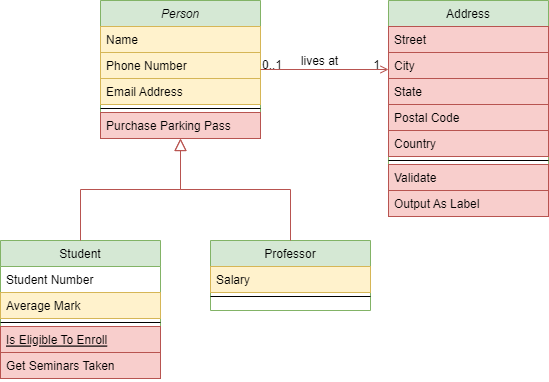
Ka3wo123/Shoutbox keeps this draw.io diagram as Test2.png. Above is the earlier version. Source tidied: cells renumbered, new cells last; positions are measured from the earlier drawing's top-left corner, leaving out a move shared by most shapes.
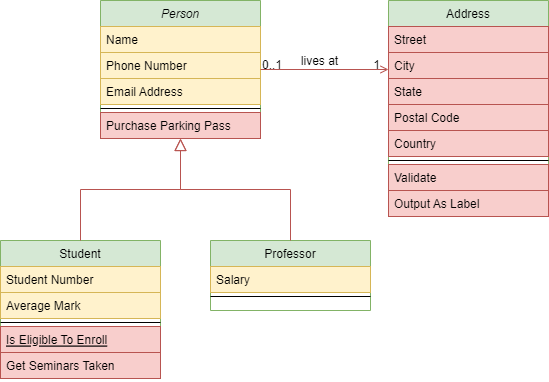
The same diagram one commit later.

What changed in the source:
```diff
@@ -23,7 +23,7 @@
     <mxCell id="8" value="Student" style="swimlane;fontStyle=0;align=center;verticalAlign=top;horizontal=1;startSize=26;rounded=0;shadow=0;strokeWidth=1;fillColor=#d5e8d4;strokeColor=#82b366;" parent="1" vertex="1">
       <mxGeometry y="240" width="160" height="138" as="geometry" />
     </mxCell>
-    <mxCell id="9" value="Student Number" style="text;align=left;verticalAlign=top;spacingLeft=4;spacingRight=4;overflow=hidden;" parent="8" vertex="1">
+    <mxCell id="9" value="Student Number" style="text;align=left;verticalAlign=top;spacingLeft=4;spacingRight=4;overflow=hidden;fillColor=#fff2cc;strokeColor=#d6b656;" parent="8" vertex="1">
       <mxGeometry y="26" width="160" height="26" as="geometry" />
     </mxCell>
     <mxCell id="10" value="Average Mark" style="text;align=left;verticalAlign=top;spacingLeft=4;spacingRight=4;overflow=hidden;rounded=0;shadow=0;html=0;fillColor=#fff2cc;strokeColor=#d6b656;" parent="8" vertex="1">
```
